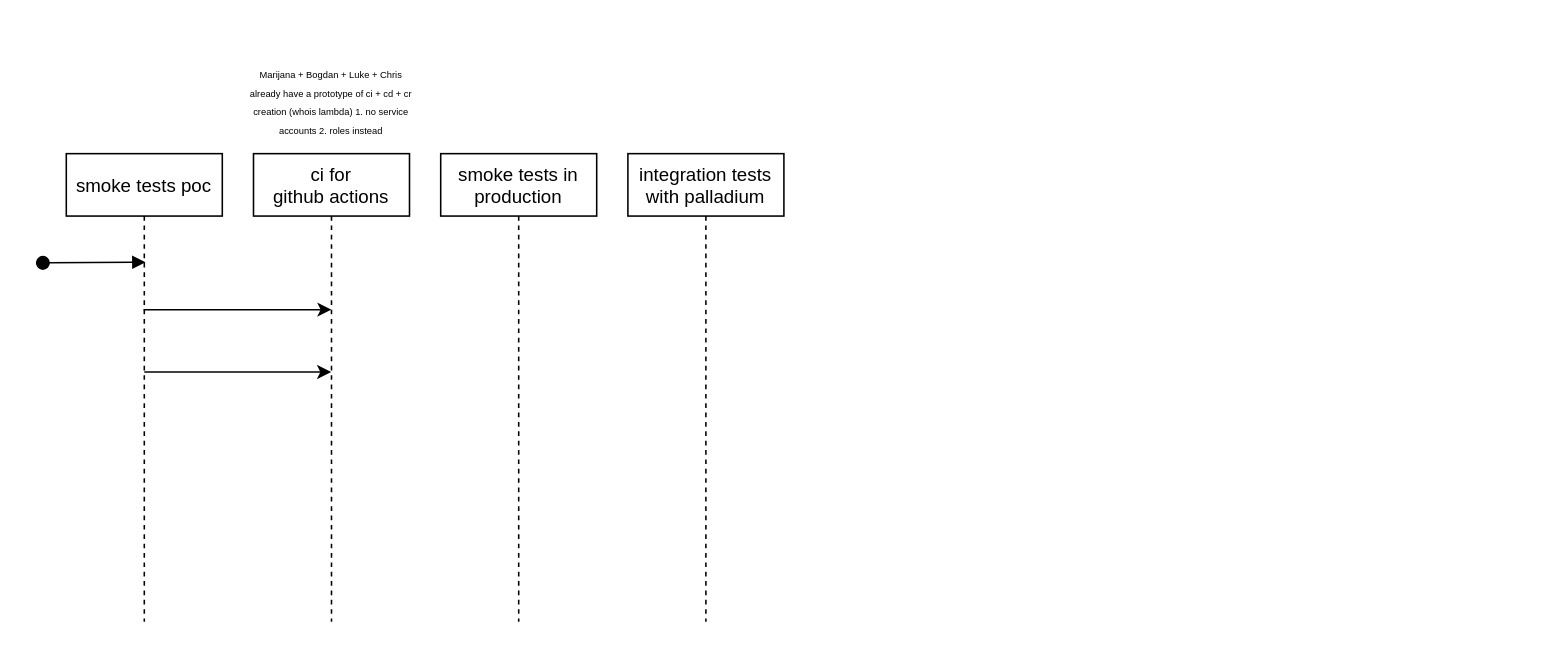
Above: 2022/Dublin q1 q2 soft roadmap.drawio in PiotrJustyna/charts (draw.io), before the change. Source tidied: cells renumbered, new cells numbered last; positions are measured from the earlier drawing's top-left corner, leaving out a move shared by most shapes. Both pictures are drawn from the tidied source at 156%, with x=0, y=0 at pixel (42, 59).
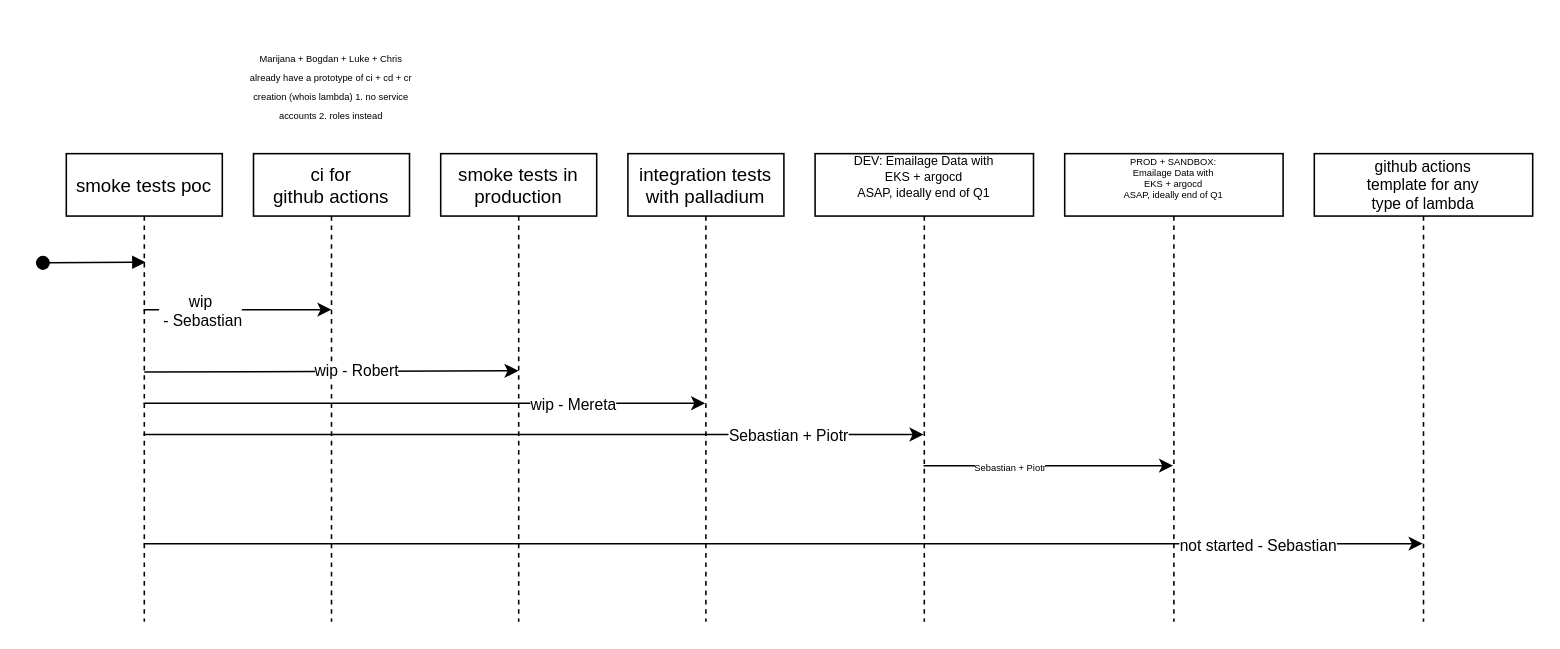
Above is the later version.

The change refers to these unchanged cells:
```xml
<mxCell id="2" value="smoke tests poc" style="shape=umlLifeline;perimeter=lifelinePerimeter;rounded=0;shadow=0;strokeWidth=1;" parent="1" vertex="1">
  <mxGeometry x="15" y="60" width="100" height="300" as="geometry" />
</mxCell>
<mxCell id="4" value="ci for&#10;github actions" style="shape=umlLifeline;perimeter=lifelinePerimeter;rounded=0;shadow=0;strokeWidth=1;" parent="1" vertex="1">
  <mxGeometry x="135" y="60" width="100" height="300" as="geometry" />
</mxCell>
<mxCell id="6" value="smoke tests in&#10;production" style="shape=umlLifeline;perimeter=lifelinePerimeter;rounded=0;shadow=0;strokeWidth=1;" parent="1" vertex="1">
  <mxGeometry x="255" y="60" width="100" height="300" as="geometry" />
</mxCell>
<mxCell id="7" value="integration tests&#10;with palladium" style="shape=umlLifeline;perimeter=lifelinePerimeter;rounded=0;shadow=0;strokeWidth=1;" parent="1" vertex="1">
  <mxGeometry x="375" y="60" width="100" height="300" as="geometry" />
</mxCell>
<mxCell id="8" style="endArrow=classic;html=1;rounded=0;" parent="1" edge="1" source="2">
  <mxGeometry relative="1" as="geometry">
    <mxPoint x="185" y="160" as="targetPoint" />
  </mxGeometry>
</mxCell>
```

Change to the diagram source:
```diff
@@
+    <mxCell id="10" style="edgeStyle=orthogonalEdgeStyle;rounded=0;jettySize=auto;html=1;fontSize=10;" parent="1" edge="1" source="2" target="7">
+      <mxGeometry relative="1" as="geometry">
+        <Array as="points">
+          <mxPoint x="255" y="220" />
+          <mxPoint x="255" y="220" />
+        </Array>
+      </mxGeometry>
+    </mxCell>
+    <mxCell id="11" value="wip - Mereta" style="edgeLabel;html=1;align=center;verticalAlign=middle;fontSize=10;" parent="10" vertex="1">
+      <mxGeometry x="0.53" relative="1" as="geometry" />
+    </mxCell>
+    <mxCell id="12" style="edgeStyle=orthogonalEdgeStyle;rounded=0;jettySize=auto;html=1;fontSize=10;" parent="1" edge="1" source="2" target="18">
+      <mxGeometry relative="1" as="geometry">
+        <Array as="points">
+          <mxPoint x="525" y="310" />
+          <mxPoint x="525" y="310" />
+        </Array>
+      </mxGeometry>
+    </mxCell>
+    <mxCell id="13" value="not started - Sebastian" style="edgeLabel;html=1;align=center;verticalAlign=middle;fontSize=10;" parent="12" vertex="1">
+      <mxGeometry x="0.67" relative="1" as="geometry">
+        <mxPoint x="29" as="offset" />
+      </mxGeometry>
+    </mxCell>
+    <mxCell id="14" style="edgeStyle=orthogonalEdgeStyle;rounded=0;jettySize=auto;html=1;fontSize=10;" parent="1" edge="1" source="2" target="21">
+      <mxGeometry relative="1" as="geometry">
+        <Array as="points">
+          <mxPoint x="455" y="240" />
+          <mxPoint x="455" y="240" />
+        </Array>
+      </mxGeometry>
+    </mxCell>
+    <mxCell id="15" value="Sebastian + Piotr" style="edgeLabel;html=1;align=center;verticalAlign=middle;fontSize=10;" parent="14" vertex="1">
+      <mxGeometry x="0.65" relative="1" as="geometry" />
+    </mxCell>
@@
-    <mxCell id="5" style="endArrow=classic;html=1;rounded=0;" parent="4" edge="1">
+    <mxCell id="5" style="endArrow=classic;html=1;rounded=0;entryX=0.499;entryY=0.464;entryDx=0;entryDy=0;entryPerimeter=0;" parent="4" edge="1" target="6">
       <mxGeometry relative="1" as="geometry">
         <mxPoint x="-70" y="140" as="sourcePoint" />
-        <mxPoint x="49.8" y="140" as="targetPoint" />
       </mxGeometry>
     </mxCell>
+    <mxCell id="16" value="wip - Robert" style="edgeLabel;html=1;align=center;verticalAlign=middle;fontSize=10;" parent="5" vertex="1">
+      <mxGeometry x="0.13" y="1" relative="1" as="geometry" />
+    </mxCell>
@@
+    <mxCell id="17" value="&lt;div&gt;wip&lt;/div&gt;&amp;nbsp;- Sebastian" style="edgeLabel;html=1;align=center;verticalAlign=middle;fontSize=10;" parent="8" vertex="1">
+      <mxGeometry x="-0.41" relative="1" as="geometry" />
+    </mxCell>
     <mxCell id="9" value="&lt;p style=&quot;line-height: 1&quot;&gt;&lt;font style=&quot;font-size: 6px&quot;&gt;Marijana + Bogdan + Luke + Chris already have a prototype of ci + cd + cr creation (whois lambda) 1. no service accounts 2. roles instead&lt;br&gt;&lt;/font&gt;&lt;/p&gt;" style="text;html=1;strokeColor=none;fillColor=none;align=center;verticalAlign=middle;whiteSpace=wrap;rounded=0;" parent="1" vertex="1">
-      <mxGeometry x="130" width="110" height="50" as="geometry" />
+      <mxGeometry x="130" y="-20" width="110" height="70" as="geometry" />
     </mxCell>
+    <mxCell id="18" value="github actions&#10;template for any&#10;type of lambda" style="shape=umlLifeline;perimeter=lifelinePerimeter;rounded=0;shadow=0;strokeWidth=1;fontSize=10;" parent="1" vertex="1">
+      <mxGeometry x="815" y="60" width="140" height="300" as="geometry" />
+    </mxCell>
+    <mxCell id="19" style="edgeStyle=orthogonalEdgeStyle;rounded=0;jettySize=auto;html=1;fontSize=6;" parent="1" edge="1" source="21" target="22">
+      <mxGeometry relative="1" as="geometry">
+        <Array as="points">
+          <mxPoint x="645" y="260" />
+          <mxPoint x="645" y="260" />
+        </Array>
+      </mxGeometry>
+    </mxCell>
+    <mxCell id="20" value="Sebastian + Piotr" style="edgeLabel;html=1;align=center;verticalAlign=middle;fontSize=6;" parent="19" vertex="1">
+      <mxGeometry x="-0.31" y="-1" relative="1" as="geometry" />
+    </mxCell>
+    <mxCell id="21" value="DEV: Emailage Data with&#10;EKS + argocd&#10;ASAP, ideally end of Q1&#10;" style="shape=umlLifeline;perimeter=lifelinePerimeter;rounded=0;shadow=0;strokeWidth=1;fontSize=8;" parent="1" vertex="1">
+      <mxGeometry x="495" y="60" width="140" height="300" as="geometry" />
+    </mxCell>
+    <mxCell id="22" value="PROD + SANDBOX:&#10;Emailage Data with&#10;EKS + argocd&#10;ASAP, ideally end of Q1&#10;" style="shape=umlLifeline;perimeter=lifelinePerimeter;rounded=0;shadow=0;strokeWidth=1;fontSize=6;" parent="1" vertex="1">
+      <mxGeometry x="655" y="60" width="140" height="300" as="geometry" />
+    </mxCell>
```
